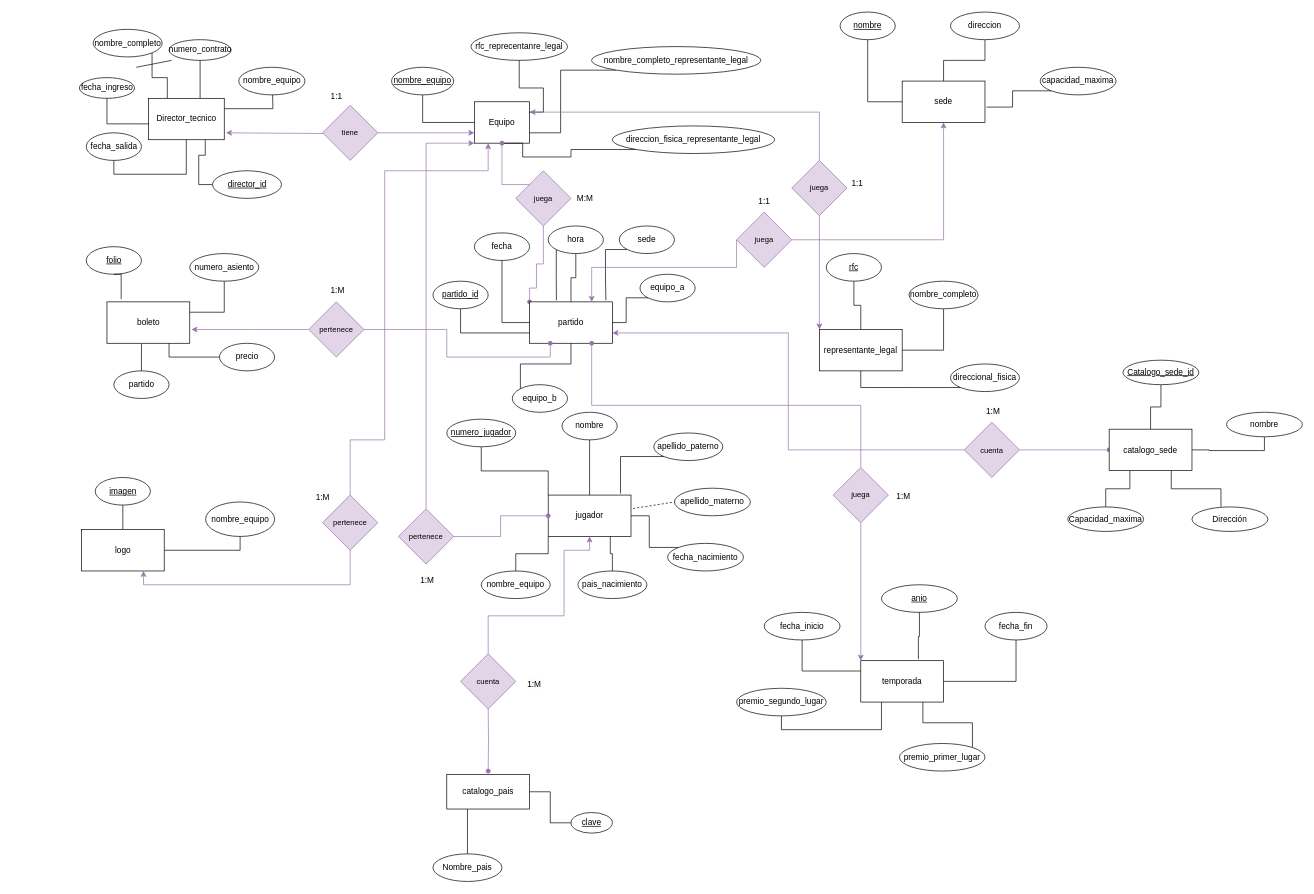
This is Diagrama sin título.drawio from FranciscoJRO/Bases_de_datos, a draw.io file, before an edit. Source tidied: cells renumbered, new cells numbered last; positions are measured from the earlier drawing's top-left corner, leaving out a move shared by most shapes. Both pictures are drawn from the tidied source at 69%, with x=0, y=0 at pixel (79, 12).
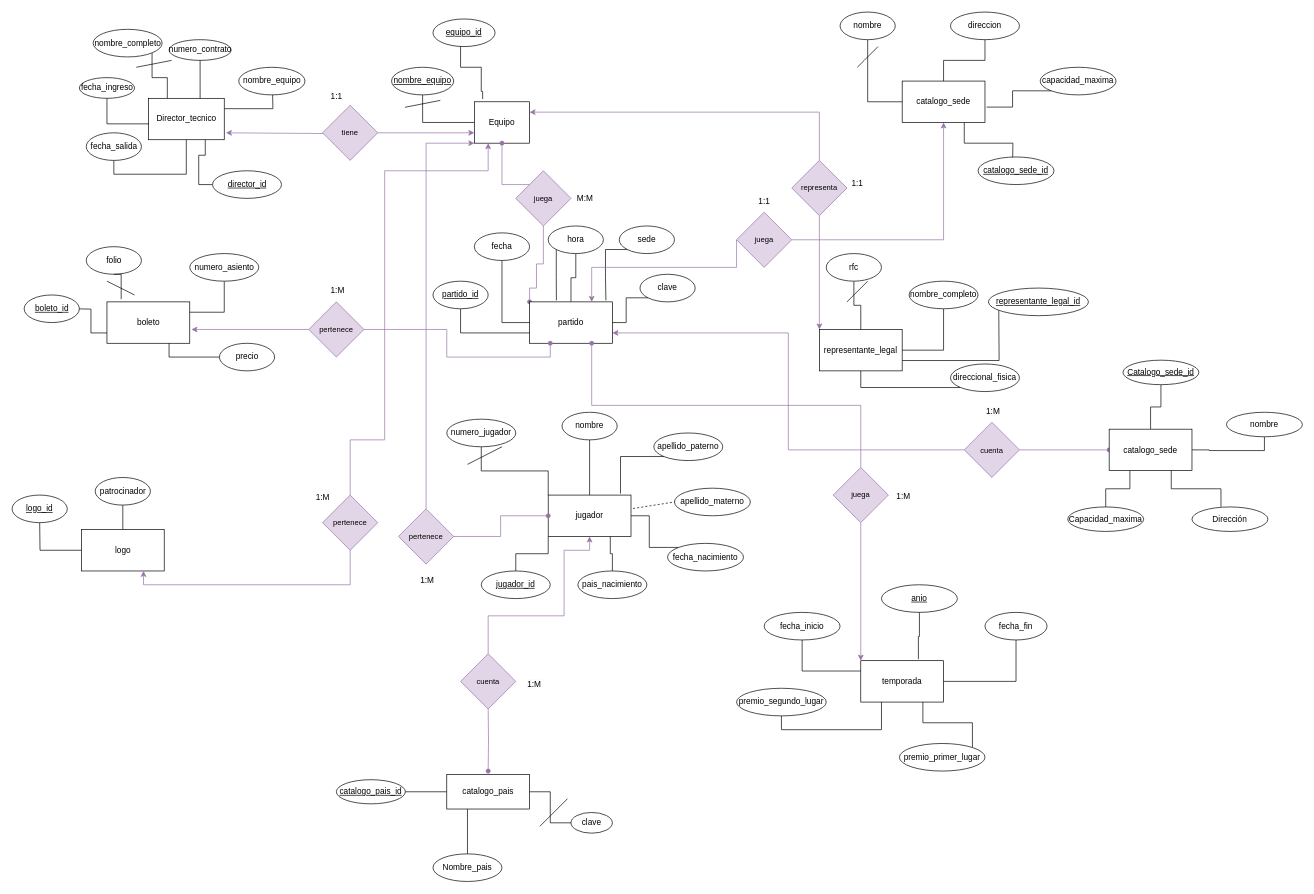
The same diagram, later.

Commit message:
p_entidadRelacion_FJRO

Unchanged cells that the change refers to:
```xml
<mxCell id="6" value="Equipo" style="rounded=0;whiteSpace=wrap;html=1;fontFamily=Helvetica;fontSize=12;fontColor=#000000;align=center;" parent="1" vertex="1">
  <mxGeometry x="572" y="130" width="80" height="60" as="geometry" />
</mxCell>
<mxCell id="8" value="boleto" style="rounded=0;whiteSpace=wrap;html=1;" parent="1" vertex="1">
  <mxGeometry x="39.5" y="420" width="120" height="60" as="geometry" />
</mxCell>
<mxCell id="12" value="partido" style="rounded=0;whiteSpace=wrap;html=1;" parent="1" vertex="1">
  <mxGeometry x="652" y="420" width="120" height="60" as="geometry" />
</mxCell>
<mxCell id="17" value="logo" style="rounded=0;whiteSpace=wrap;html=1;" parent="1" vertex="1">
  <mxGeometry x="2.5" y="750" width="120" height="60" as="geometry" />
</mxCell>
<mxCell id="20" value="representante_legal" style="rounded=0;whiteSpace=wrap;html=1;" parent="1" vertex="1">
  <mxGeometry x="1072" y="460" width="120" height="60" as="geometry" />
</mxCell>
<mxCell id="121" value="catalogo_pais" style="rounded=0;whiteSpace=wrap;html=1;" parent="1" vertex="1">
  <mxGeometry x="532" y="1105" width="120" height="50" as="geometry" />
</mxCell>
```

Change to the diagram source:
```diff
@@
+    <mxCell id="147" style="edgeStyle=orthogonalEdgeStyle;shape=connector;rounded=0;jettySize=auto;html=1;exitX=0;exitY=0.75;exitDx=0;exitDy=0;labelBackgroundColor=default;strokeColor=default;align=center;verticalAlign=middle;fontFamily=Helvetica;fontSize=11;fontColor=default;endArrow=none;endFill=0;" parent="1" edge="1" source="8">
+      <mxGeometry relative="1" as="geometry">
+        <mxPoint x="-8" y="430" as="targetPoint" />
+      </mxGeometry>
+    </mxCell>
@@
-    <mxCell id="16" style="edgeStyle=orthogonalEdgeStyle;rounded=0;jettySize=auto;html=1;exitX=1;exitY=0.5;exitDx=0;exitDy=0;entryX=0.5;entryY=1;entryDx=0;entryDy=0;endArrow=none;endFill=0;" parent="1" edge="1" source="17" target="43">
-      <mxGeometry relative="1" as="geometry" />
-    </mxCell>
+    <mxCell id="148" style="edgeStyle=orthogonalEdgeStyle;shape=connector;rounded=0;jettySize=auto;html=1;exitX=0;exitY=0.5;exitDx=0;exitDy=0;labelBackgroundColor=default;strokeColor=default;align=center;verticalAlign=middle;fontFamily=Helvetica;fontSize=11;fontColor=default;endArrow=none;endFill=0;" parent="1" edge="1" source="17">
+      <mxGeometry relative="1" as="geometry">
+        <mxPoint x="-58" y="740" as="targetPoint" />
+      </mxGeometry>
+    </mxCell>
@@
+    <mxCell id="149" style="edgeStyle=orthogonalEdgeStyle;rounded=0;jettySize=auto;html=1;exitX=0.75;exitY=1;exitDx=0;exitDy=0;endArrow=none;endFill=0;" parent="1" edge="1" source="18">
+      <mxGeometry relative="1" as="geometry">
+        <mxPoint x="1352" y="220" as="targetPoint" />
+      </mxGeometry>
+    </mxCell>
-    <mxCell id="18" value="sede" style="rounded=0;whiteSpace=wrap;html=1;" parent="1" vertex="1">
+    <mxCell id="18" value="catalogo_sede" style="rounded=0;whiteSpace=wrap;html=1;" parent="1" vertex="1">
       <mxGeometry x="1192" y="100" width="120" height="60" as="geometry" />
     </mxCell>
@@
+    <mxCell id="150" style="edgeStyle=orthogonalEdgeStyle;shape=connector;rounded=0;jettySize=auto;html=1;exitX=1;exitY=0.75;exitDx=0;exitDy=0;labelBackgroundColor=default;strokeColor=default;align=center;verticalAlign=middle;fontFamily=Helvetica;fontSize=11;fontColor=default;endArrow=none;endFill=0;" parent="1" edge="1" source="20">
+      <mxGeometry relative="1" as="geometry">
+        <mxPoint x="1332" y="430" as="targetPoint" />
+      </mxGeometry>
+    </mxCell>
@@
-    <mxCell id="29" style="edgeStyle=orthogonalEdgeStyle;rounded=0;jettySize=auto;html=1;exitX=0;exitY=1;exitDx=0;exitDy=0;entryX=0.5;entryY=1;entryDx=0;entryDy=0;endArrow=none;endFill=0;" parent="1" edge="1" source="30" target="6">
-      <mxGeometry relative="1" as="geometry">
-        <Array as="points">
-          <mxPoint x="712" y="199" />
-          <mxPoint x="712" y="210" />
-          <mxPoint x="642" y="210" />
-          <mxPoint x="642" y="190" />
-        </Array>
-      </mxGeometry>
-    </mxCell>
-    <mxCell id="30" value="direccion_fisica_representante_legal" style="ellipse;whiteSpace=wrap;html=1;" parent="1" vertex="1">
-      <mxGeometry x="772" y="165" width="235" height="40" as="geometry" />
-    </mxCell>
-    <mxCell id="31" value="rfc_reprecentanre_legal" style="ellipse;whiteSpace=wrap;html=1;" parent="1" vertex="1">
-      <mxGeometry x="567" y="30" width="140" height="40" as="geometry" />
-    </mxCell>
-    <mxCell id="32" style="edgeStyle=orthogonalEdgeStyle;rounded=0;jettySize=auto;html=1;exitX=0;exitY=1;exitDx=0;exitDy=0;entryX=1;entryY=0.75;entryDx=0;entryDy=0;endArrow=none;endFill=0;" parent="1" edge="1" source="33" target="6">
-      <mxGeometry relative="1" as="geometry" />
-    </mxCell>
-    <mxCell id="33" value="nombre_completo_representante_legal" style="ellipse;whiteSpace=wrap;html=1;" parent="1" vertex="1">
-      <mxGeometry x="742" y="50" width="245" height="40" as="geometry" />
-    </mxCell>
-    <mxCell id="34" style="edgeStyle=orthogonalEdgeStyle;rounded=0;jettySize=auto;html=1;exitX=0.5;exitY=1;exitDx=0;exitDy=0;entryX=1;entryY=0.25;entryDx=0;entryDy=0;endArrow=none;endFill=0;" parent="1" edge="1" source="31" target="6">
-      <mxGeometry relative="1" as="geometry">
-        <Array as="points">
-          <mxPoint x="637" y="110" />
-          <mxPoint x="672" y="110" />
-          <mxPoint x="672" y="145" />
-        </Array>
-      </mxGeometry>
-    </mxCell>
-    <mxCell id="35" value="&lt;u&gt;folio&lt;/u&gt;" style="ellipse;whiteSpace=wrap;html=1;" parent="1" vertex="1">
+    <mxCell id="35" value="folio" style="ellipse;whiteSpace=wrap;html=1;" parent="1" vertex="1">
       <mxGeometry x="9.5" y="340" width="80" height="40" as="geometry" />
     </mxCell>
-    <mxCell id="36" value="partido" style="ellipse;whiteSpace=wrap;html=1;" parent="1" vertex="1">
-      <mxGeometry x="49.5" y="520" width="80" height="40" as="geometry" />
-    </mxCell>
@@
-    <mxCell id="42" style="edgeStyle=orthogonalEdgeStyle;rounded=0;jettySize=auto;html=1;exitX=0.5;exitY=0;exitDx=0;exitDy=0;entryX=0.417;entryY=1.012;entryDx=0;entryDy=0;entryPerimeter=0;endArrow=none;endFill=0;" parent="1" edge="1" source="36" target="8">
-      <mxGeometry relative="1" as="geometry" />
-    </mxCell>
-    <mxCell id="43" value="nombre_equipo" style="ellipse;whiteSpace=wrap;html=1;" parent="1" vertex="1">
-      <mxGeometry x="182.5" y="710" width="100" height="50" as="geometry" />
-    </mxCell>
-    <mxCell id="44" value="&lt;u&gt;imagen&lt;/u&gt;" style="ellipse;whiteSpace=wrap;html=1;" parent="1" vertex="1">
+    <mxCell id="44" value="patrocinador" style="ellipse;whiteSpace=wrap;html=1;" parent="1" vertex="1">
       <mxGeometry x="22.5" y="674.5" width="80" height="40" as="geometry" />
     </mxCell>
@@
-    <mxCell id="50" style="edgeStyle=orthogonalEdgeStyle;rounded=0;jettySize=auto;html=1;exitX=0;exitY=1;exitDx=0;exitDy=0;entryX=0.5;entryY=1;entryDx=0;entryDy=0;endArrow=none;endFill=0;" parent="1" edge="1" source="51" target="12">
-      <mxGeometry relative="1" as="geometry" />
-    </mxCell>
-    <mxCell id="51" value="equipo_b" style="ellipse;whiteSpace=wrap;html=1;" parent="1" vertex="1">
-      <mxGeometry x="627" y="540" width="80" height="40" as="geometry" />
-    </mxCell>
@@
-    <mxCell id="53" value="equipo_a" style="ellipse;whiteSpace=wrap;html=1;" parent="1" vertex="1">
+    <mxCell id="53" value="clave" style="ellipse;whiteSpace=wrap;html=1;" parent="1" vertex="1">
       <mxGeometry x="812" y="380" width="80" height="40" as="geometry" />
     </mxCell>
@@
-    <mxCell id="58" value="&lt;u&gt;numero_jugador&lt;/u&gt;" style="ellipse;whiteSpace=wrap;html=1;" parent="1" vertex="1">
+    <mxCell id="58" value="numero_jugador" style="ellipse;whiteSpace=wrap;html=1;" parent="1" vertex="1">
       <mxGeometry x="532" y="590" width="100" height="40" as="geometry" />
     </mxCell>
@@
-    <mxCell id="60" value="nombre_equipo" style="ellipse;whiteSpace=wrap;html=1;" parent="1" vertex="1">
+    <mxCell id="60" value="&lt;u&gt;jugador_id&lt;/u&gt;" style="ellipse;whiteSpace=wrap;html=1;" parent="1" vertex="1">
       <mxGeometry x="582" y="810" width="100" height="40" as="geometry" />
     </mxCell>
@@
-    <mxCell id="71" value="&lt;u&gt;nombre&lt;/u&gt;" style="ellipse;whiteSpace=wrap;html=1;" parent="1" vertex="1">
+    <mxCell id="71" value="nombre" style="ellipse;whiteSpace=wrap;html=1;" parent="1" vertex="1">
       <mxGeometry x="1102" width="80" height="40" as="geometry" />
     </mxCell>
@@
-    <mxCell id="77" value="&lt;u&gt;rfc&lt;/u&gt;" style="ellipse;whiteSpace=wrap;html=1;" parent="1" vertex="1">
+    <mxCell id="77" value="rfc" style="ellipse;whiteSpace=wrap;html=1;" parent="1" vertex="1">
       <mxGeometry x="1082" y="350" width="80" height="40" as="geometry" />
     </mxCell>
@@
-    <mxCell id="108" value="juega" style="rhombus;whiteSpace=wrap;html=1;fontFamily=Helvetica;fontSize=11;fillColor=#e1d5e7;strokeColor=#9673a6;" parent="1" vertex="1">
+    <mxCell id="108" value="representa" style="rhombus;whiteSpace=wrap;html=1;fontFamily=Helvetica;fontSize=11;fillColor=#e1d5e7;strokeColor=#9673a6;" parent="1" vertex="1">
       <mxGeometry x="1032" y="215" width="80" height="80" as="geometry" />
     </mxCell>
@@
+    <mxCell id="151" style="edgeStyle=orthogonalEdgeStyle;shape=connector;rounded=0;jettySize=auto;html=1;exitX=0;exitY=0.5;exitDx=0;exitDy=0;labelBackgroundColor=default;strokeColor=default;align=center;verticalAlign=middle;fontFamily=Helvetica;fontSize=11;fontColor=default;endArrow=none;endFill=0;" parent="1" edge="1" source="121">
+      <mxGeometry relative="1" as="geometry">
+        <mxPoint x="462" y="1130" as="targetPoint" />
+      </mxGeometry>
+    </mxCell>
@@
-    <mxCell id="123" value="&lt;u&gt;clave&lt;/u&gt;" style="ellipse;whiteSpace=wrap;html=1;rounded=0;" parent="1" vertex="1">
+    <mxCell id="123" value="clave" style="ellipse;whiteSpace=wrap;html=1;rounded=0;" parent="1" vertex="1">
       <mxGeometry x="712" y="1160" width="60" height="30" as="geometry" />
     </mxCell>
@@
+    <mxCell id="152" style="endArrow=none;html=1;rounded=0;" parent="1" edge="1">
+      <mxGeometry relative="1" as="geometry">
+        <mxPoint x="522.6" y="128" as="sourcePoint" />
+        <mxPoint x="471.4" y="138" as="targetPoint" />
+      </mxGeometry>
+    </mxCell>
+    <mxCell id="153" style="edgeStyle=orthogonalEdgeStyle;rounded=0;jettySize=auto;html=1;exitX=0.5;exitY=1;exitDx=0;exitDy=0;entryX=0.15;entryY=-0.067;entryDx=0;entryDy=0;endArrow=none;endFill=0;entryPerimeter=0;" parent="1" edge="1" target="6">
+      <mxGeometry relative="1" as="geometry">
+        <mxPoint x="547" y="40" as="sourcePoint" />
+        <Array as="points">
+          <mxPoint x="552" y="40" />
+          <mxPoint x="552" y="80" />
+          <mxPoint x="582" y="80" />
+          <mxPoint x="582" y="115" />
+          <mxPoint x="584" y="115" />
+        </Array>
+      </mxGeometry>
+    </mxCell>
+    <mxCell id="154" value="&lt;u&gt;equipo_id&lt;/u&gt;" style="ellipse;whiteSpace=wrap;html=1;" parent="1" vertex="1">
+      <mxGeometry x="512" y="10" width="90" height="40" as="geometry" />
+    </mxCell>
+    <mxCell id="155" value="&lt;u&gt;catalogo_sede_id&lt;/u&gt;" style="ellipse;whiteSpace=wrap;html=1;" parent="1" vertex="1">
+      <mxGeometry x="1302" y="210" width="110" height="40" as="geometry" />
+    </mxCell>
+    <mxCell id="156" style="endArrow=none;html=1;rounded=0;labelBackgroundColor=default;strokeColor=default;align=center;verticalAlign=middle;fontFamily=Helvetica;fontSize=11;fontColor=default;shape=connector;" parent="1" edge="1">
+      <mxGeometry relative="1" as="geometry">
+        <mxPoint x="1127" y="80" as="sourcePoint" />
+        <mxPoint x="1157" y="50" as="targetPoint" />
+        <Array as="points">
+          <mxPoint x="1137" y="70" />
+        </Array>
+      </mxGeometry>
+    </mxCell>
+    <mxCell id="157" value="&lt;u&gt;representante_legal_id&lt;/u&gt;" style="ellipse;whiteSpace=wrap;html=1;" parent="1" vertex="1">
+      <mxGeometry x="1317" y="400" width="145" height="40" as="geometry" />
+    </mxCell>
+    <mxCell id="158" style="endArrow=none;html=1;rounded=0;labelBackgroundColor=default;strokeColor=default;align=center;verticalAlign=middle;fontFamily=Helvetica;fontSize=11;fontColor=default;shape=connector;" parent="1" edge="1">
+      <mxGeometry relative="1" as="geometry">
+        <mxPoint x="1112" y="420" as="sourcePoint" />
+        <mxPoint x="1142" y="390" as="targetPoint" />
+        <Array as="points">
+          <mxPoint x="1122" y="410" />
+        </Array>
+      </mxGeometry>
+    </mxCell>
+    <mxCell id="159" value="&lt;u&gt;boleto_id&lt;/u&gt;" style="ellipse;whiteSpace=wrap;html=1;" parent="1" vertex="1">
+      <mxGeometry x="-80.5" y="410" width="80" height="40" as="geometry" />
+    </mxCell>
+    <mxCell id="160" style="endArrow=none;html=1;rounded=0;labelBackgroundColor=default;strokeColor=default;align=center;verticalAlign=middle;fontFamily=Helvetica;fontSize=11;fontColor=default;shape=connector;" parent="1" edge="1">
+      <mxGeometry relative="1" as="geometry">
+        <mxPoint x="39.5" y="390" as="sourcePoint" />
+        <mxPoint x="79.5" y="410" as="targetPoint" />
+      </mxGeometry>
+    </mxCell>
+    <mxCell id="161" value="&lt;u&gt;logo_id&lt;/u&gt;" style="ellipse;whiteSpace=wrap;html=1;" parent="1" vertex="1">
+      <mxGeometry x="-98" y="700" width="80" height="40" as="geometry" />
+    </mxCell>
+    <mxCell id="162" style="endArrow=none;html=1;rounded=0;labelBackgroundColor=default;strokeColor=default;align=center;verticalAlign=middle;fontFamily=Helvetica;fontSize=11;fontColor=default;shape=connector;" parent="1" edge="1">
+      <mxGeometry relative="1" as="geometry">
+        <mxPoint x="667" y="1180" as="sourcePoint" />
+        <mxPoint x="707" y="1140" as="targetPoint" />
+      </mxGeometry>
+    </mxCell>
+    <mxCell id="163" value="&lt;u&gt;catalogo_pais_id&lt;/u&gt;" style="ellipse;whiteSpace=wrap;html=1;rounded=0;" parent="1" vertex="1">
+      <mxGeometry x="372" y="1112.5" width="100" height="35" as="geometry" />
+    </mxCell>
+    <mxCell id="164" style="endArrow=none;html=1;rounded=0;labelBackgroundColor=default;strokeColor=default;align=center;verticalAlign=middle;fontFamily=Helvetica;fontSize=11;fontColor=default;shape=connector;" parent="1" edge="1">
+      <mxGeometry relative="1" as="geometry">
+        <mxPoint x="562" y="655.5" as="sourcePoint" />
+        <mxPoint x="612" y="630" as="targetPoint" />
+      </mxGeometry>
+    </mxCell>
```
